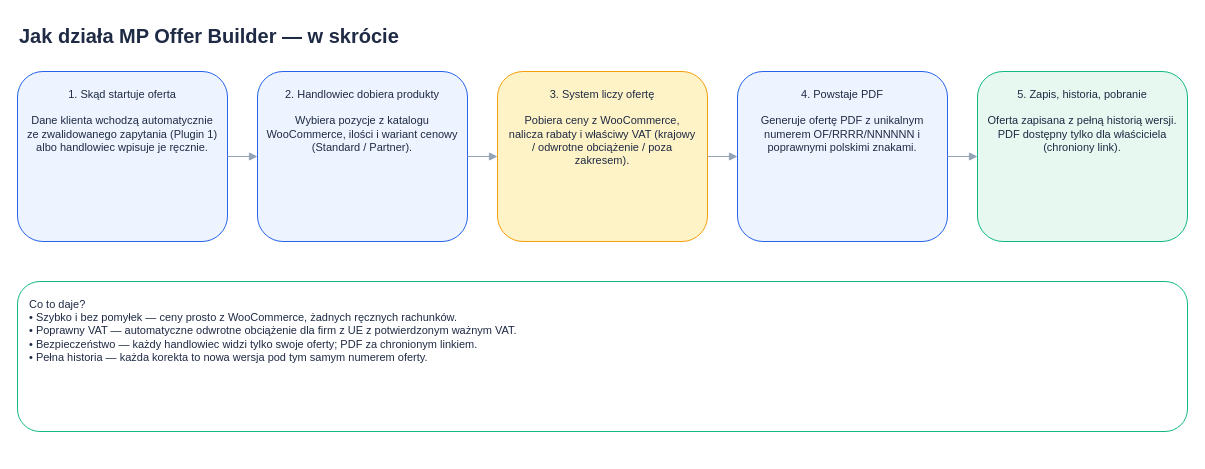
The draw.io diagram paczka-klienta/materialy/schemat-nietechniczny.drawio in krzysiek2115op/egzamin-koncowy, before the edit. Source tidied: cells renumbered, new cells numbered last; positions are measured from the earlier drawing's top-left corner, leaving out a move shared by most shapes. Both pictures are drawn from the tidied source at 100%, with x=0, y=0 at pixel (17, 17).
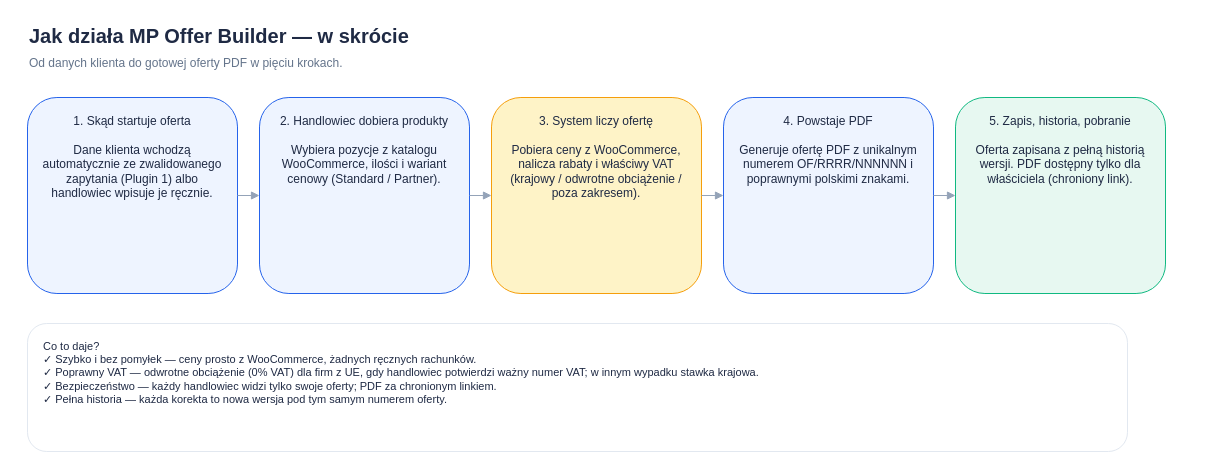
Above is the later version.

Diff of the diagram source:
```diff
@@
 <mxGraphModel>
   <root>
     <mxCell id="0" />
     <mxCell id="1" parent="0" />
     <mxCell id="2" value="Jak działa MP Offer Builder — w skrócie" style="text;html=1;fontSize=20;fontStyle=1;fontColor=#1f2a44;" parent="1" vertex="1">
-      <mxGeometry width="800" height="30" as="geometry" />
+      <mxGeometry x="10" width="800" height="30" as="geometry" />
     </mxCell>
+    <mxCell id="13" value="Od danych klienta do gotowej oferty PDF w pięciu krokach." style="text;html=1;fontSize=12;fontColor=#64748b;" parent="1" vertex="1">
+      <mxGeometry x="10" y="32" width="800" height="20" as="geometry" />
+    </mxCell>
-    <mxCell id="3" value="1. Skąd startuje oferta&#10;&#10;Dane klienta wchodzą automatycznie ze zwalidowanego zapytania (Plugin 1) albo handlowiec wpisuje je ręcznie." style="rounded=1;whiteSpace=wrap;html=1;fillColor=#eef4ff;strokeColor=#2563eb;fontColor=#1f2a44;verticalAlign=top;spacingTop=10;spacingLeft=8;spacingRight=8;fontSize=11;" parent="1" vertex="1">
-      <mxGeometry y="54" width="210" height="170" as="geometry" />
+    <mxCell id="3" value="1. Skąd startuje oferta&#10;&#10;Dane klienta wchodzą automatycznie ze zwalidowanego zapytania (Plugin 1) albo handlowiec wpisuje je ręcznie." style="rounded=1;whiteSpace=wrap;html=1;fillColor=#eef4ff;strokeColor=#2563eb;fontColor=#1f2a44;verticalAlign=top;spacingTop=10;spacingLeft=10;spacingRight=10;fontSize=12;" parent="1" vertex="1">
+      <mxGeometry x="10" y="80" width="210" height="196" as="geometry" />
     </mxCell>
-    <mxCell id="4" value="2. Handlowiec dobiera produkty&#10;&#10;Wybiera pozycje z katalogu WooCommerce, ilości i wariant cenowy (Standard / Partner)." style="rounded=1;whiteSpace=wrap;html=1;fillColor=#eef4ff;strokeColor=#2563eb;fontColor=#1f2a44;verticalAlign=top;spacingTop=10;spacingLeft=8;spacingRight=8;fontSize=11;" parent="1" vertex="1">
-      <mxGeometry x="240" y="54" width="210" height="170" as="geometry" />
+    <mxCell id="4" value="2. Handlowiec dobiera produkty&#10;&#10;Wybiera pozycje z katalogu WooCommerce, ilości i wariant cenowy (Standard / Partner)." style="rounded=1;whiteSpace=wrap;html=1;fillColor=#eef4ff;strokeColor=#2563eb;fontColor=#1f2a44;verticalAlign=top;spacingTop=10;spacingLeft=10;spacingRight=10;fontSize=12;" parent="1" vertex="1">
+      <mxGeometry x="242" y="80" width="210" height="196" as="geometry" />
     </mxCell>
-    <mxCell id="5" style="html=1;endArrow=block;strokeColor=#94a3b8;" parent="1" edge="1" source="3" target="4">
+    <mxCell id="5" style="edgeStyle=orthogonalEdgeStyle;rounded=1;html=1;endArrow=block;strokeColor=#94a3b8;" parent="1" edge="1" source="3" target="4">
       <mxGeometry relative="1" as="geometry" />
     </mxCell>
-    <mxCell id="6" value="3. System liczy ofertę&#10;&#10;Pobiera ceny z WooCommerce, nalicza rabaty i właściwy VAT (krajowy / odwrotne obciążenie / poza zakresem)." style="rounded=1;whiteSpace=wrap;html=1;fillColor=#fef3c7;strokeColor=#f59e0b;fontColor=#1f2a44;verticalAlign=top;spacingTop=10;spacingLeft=8;spacingRight=8;fontSize=11;" parent="1" vertex="1">
-      <mxGeometry x="480" y="54" width="210" height="170" as="geometry" />
+    <mxCell id="6" value="3. System liczy ofertę&#10;&#10;Pobiera ceny z WooCommerce, nalicza rabaty i właściwy VAT (krajowy / odwrotne obciążenie / poza zakresem)." style="rounded=1;whiteSpace=wrap;html=1;fillColor=#fef3c7;strokeColor=#f59e0b;fontColor=#1f2a44;verticalAlign=top;spacingTop=10;spacingLeft=10;spacingRight=10;fontSize=12;" parent="1" vertex="1">
+      <mxGeometry x="474" y="80" width="210" height="196" as="geometry" />
     </mxCell>
-    <mxCell id="7" style="html=1;endArrow=block;strokeColor=#94a3b8;" parent="1" edge="1" source="4" target="6">
+    <mxCell id="7" style="edgeStyle=orthogonalEdgeStyle;rounded=1;html=1;endArrow=block;strokeColor=#94a3b8;" parent="1" edge="1" source="4" target="6">
       <mxGeometry relative="1" as="geometry" />
     </mxCell>
-    <mxCell id="8" value="4. Powstaje PDF&#10;&#10;Generuje ofertę PDF z unikalnym numerem OF/RRRR/NNNNNN i poprawnymi polskimi znakami." style="rounded=1;whiteSpace=wrap;html=1;fillColor=#eef4ff;strokeColor=#2563eb;fontColor=#1f2a44;verticalAlign=top;spacingTop=10;spacingLeft=8;spacingRight=8;fontSize=11;" parent="1" vertex="1">
-      <mxGeometry x="720" y="54" width="210" height="170" as="geometry" />
+    <mxCell id="8" value="4. Powstaje PDF&#10;&#10;Generuje ofertę PDF z unikalnym numerem OF/RRRR/NNNNNN i poprawnymi polskimi znakami." style="rounded=1;whiteSpace=wrap;html=1;fillColor=#eef4ff;strokeColor=#2563eb;fontColor=#1f2a44;verticalAlign=top;spacingTop=10;spacingLeft=10;spacingRight=10;fontSize=12;" parent="1" vertex="1">
+      <mxGeometry x="706" y="80" width="210" height="196" as="geometry" />
     </mxCell>
-    <mxCell id="9" style="html=1;endArrow=block;strokeColor=#94a3b8;" parent="1" edge="1" source="6" target="8">
+    <mxCell id="9" style="edgeStyle=orthogonalEdgeStyle;rounded=1;html=1;endArrow=block;strokeColor=#94a3b8;" parent="1" edge="1" source="6" target="8">
       <mxGeometry relative="1" as="geometry" />
     </mxCell>
-    <mxCell id="10" value="5. Zapis, historia, pobranie&#10;&#10;Oferta zapisana z pełną historią wersji. PDF dostępny tylko dla właściciela (chroniony link)." style="rounded=1;whiteSpace=wrap;html=1;fillColor=#e7f8f1;strokeColor=#10b981;fontColor=#1f2a44;verticalAlign=top;spacingTop=10;spacingLeft=8;spacingRight=8;fontSize=11;" parent="1" vertex="1">
-      <mxGeometry x="960" y="54" width="210" height="170" as="geometry" />
+    <mxCell id="10" value="5. Zapis, historia, pobranie&#10;&#10;Oferta zapisana z pełną historią wersji. PDF dostępny tylko dla właściciela (chroniony link)." style="rounded=1;whiteSpace=wrap;html=1;fillColor=#e7f8f1;strokeColor=#10b981;fontColor=#1f2a44;verticalAlign=top;spacingTop=10;spacingLeft=10;spacingRight=10;fontSize=12;" parent="1" vertex="1">
+      <mxGeometry x="938" y="80" width="210" height="196" as="geometry" />
     </mxCell>
-    <mxCell id="11" style="html=1;endArrow=block;strokeColor=#94a3b8;" parent="1" edge="1" source="8" target="10">
+    <mxCell id="11" style="edgeStyle=orthogonalEdgeStyle;rounded=1;html=1;endArrow=block;strokeColor=#94a3b8;" parent="1" edge="1" source="8" target="10">
       <mxGeometry relative="1" as="geometry" />
     </mxCell>
-    <mxCell id="12" value="Co to daje?&#10;• Szybko i bez pomyłek — ceny prosto z WooCommerce, żadnych ręcznych rachunków.&#10;• Poprawny VAT — automatyczne odwrotne obciążenie dla firm z UE z potwierdzonym ważnym VAT.&#10;• Bezpieczeństwo — każdy handlowiec widzi tylko swoje oferty; PDF za chronionym linkiem.&#10;• Pełna historia — każda korekta to nowa wersja pod tym samym numerem oferty." style="rounded=1;whiteSpace=wrap;html=1;fillColor=#ffffff;strokeColor=#10b981;fontColor=#1f2a44;align=left;verticalAlign=top;spacingLeft=10;spacingTop=10;fontSize=11;" parent="1" vertex="1">
-      <mxGeometry y="264" width="1170" height="150" as="geometry" />
+    <mxCell id="12" value="Co to daje?&#10;✓ Szybko i bez pomyłek — ceny prosto z WooCommerce, żadnych ręcznych rachunków.&#10;✓ Poprawny VAT — odwrotne obciążenie (0% VAT) dla firm z UE, gdy handlowiec potwierdzi ważny numer VAT; w innym wypadku stawka krajowa.&#10;✓ Bezpieczeństwo — każdy handlowiec widzi tylko swoje oferty; PDF za chronionym linkiem.&#10;✓ Pełna historia — każda korekta to nowa wersja pod tym samym numerem oferty." style="rounded=1;whiteSpace=wrap;html=1;fillColor=#ffffff;strokeColor=#e2e8f0;fontColor=#1f2a44;align=left;verticalAlign=top;spacingLeft=14;spacingTop=10;fontSize=11;" parent="1" vertex="1">
+      <mxGeometry x="10" y="306" width="1100" height="128" as="geometry" />
     </mxCell>
   </root>
 </mxGraphModel>
```
